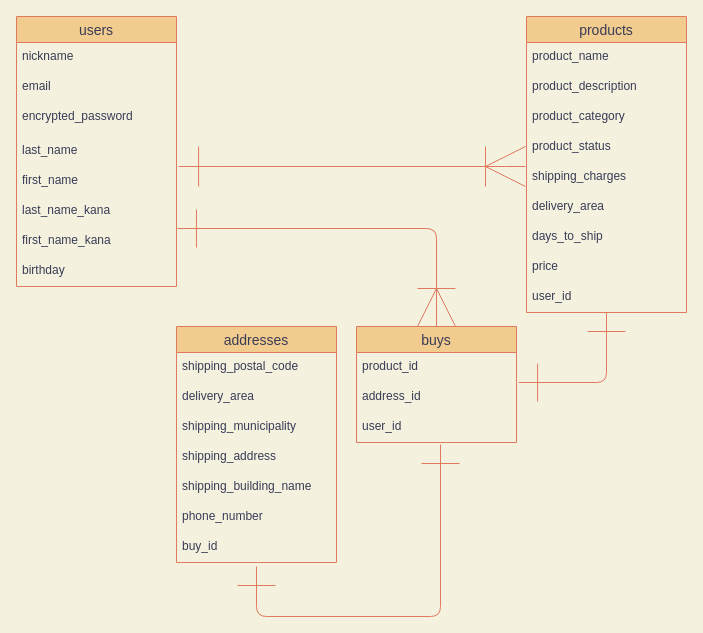
Before: ER.dio in takushi6363/furima-33353, a draw.io diagram. Source tidied: cells renumbered, new cells numbered last; positions are measured from the earlier drawing's top-left corner, leaving out a move shared by most shapes. Both pictures are drawn from the tidied source at 100%, with x=0, y=0 at pixel (16, 16).
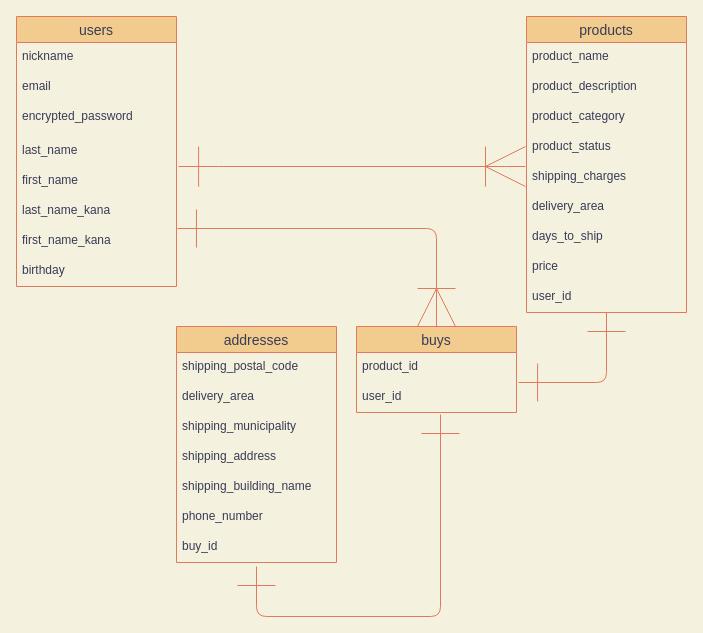
After the change.

Change to the diagram source:
```diff
@@
     <mxCell id="21" value="buys" style="swimlane;fontStyle=0;horizontal=1;startSize=26;align=center;fontSize=14;fillColor=#F2CC8F;strokeColor=#E07A5F;fontColor=#393C56;" parent="1" vertex="1">
-      <mxGeometry x="340" y="310" width="160" height="116" as="geometry" />
+      <mxGeometry x="340" y="310" width="160" height="86" as="geometry" />
     </mxCell>
@@
-    <mxCell id="23" value="address_id" style="text;strokeColor=none;fillColor=none;spacingLeft=4;spacingRight=4;overflow=hidden;points=[[0,0.5],[1,0.5]];portConstraint=eastwest;fontSize=12;fontColor=#393C56;" parent="21" vertex="1">
-      <mxGeometry y="56" width="160" height="30" as="geometry" />
-    </mxCell>
     <mxCell id="24" value="user_id" style="text;strokeColor=none;fillColor=none;spacingLeft=4;spacingRight=4;overflow=hidden;points=[[0,0.5],[1,0.5]];portConstraint=eastwest;fontSize=12;fontColor=#393C56;" parent="21" vertex="1">
-      <mxGeometry y="86" width="160" height="30" as="geometry" />
+      <mxGeometry y="56" width="160" height="30" as="geometry" />
     </mxCell>
@@
-    <mxCell id="26" style="edgeStyle=segmentEdgeStyle;endArrow=ERone;html=1;strokeWidth=1;startArrow=ERone;startFill=0;endFill=0;endSize=36;startSize=36;strokeColor=#E07A5F;fontColor=#393C56;labelBackgroundColor=#F4F1DE;exitX=1.013;exitY=0;exitDx=0;exitDy=0;exitPerimeter=0;" parent="1" edge="1" source="23">
+    <mxCell id="26" style="edgeStyle=segmentEdgeStyle;endArrow=ERone;html=1;strokeWidth=1;startArrow=ERone;startFill=0;endFill=0;endSize=36;startSize=36;strokeColor=#E07A5F;fontColor=#393C56;labelBackgroundColor=#F4F1DE;exitX=1.013;exitY=0;exitDx=0;exitDy=0;exitPerimeter=0;" parent="1" edge="1">
       <mxGeometry relative="1" as="geometry">
+        <mxPoint x="502.1" y="366" as="sourcePoint" />
         <mxPoint x="590" y="296" as="targetPoint" />
         <Array as="points">
           <mxPoint x="590" y="366" />
         </Array>
       </mxGeometry>
     </mxCell>
```
